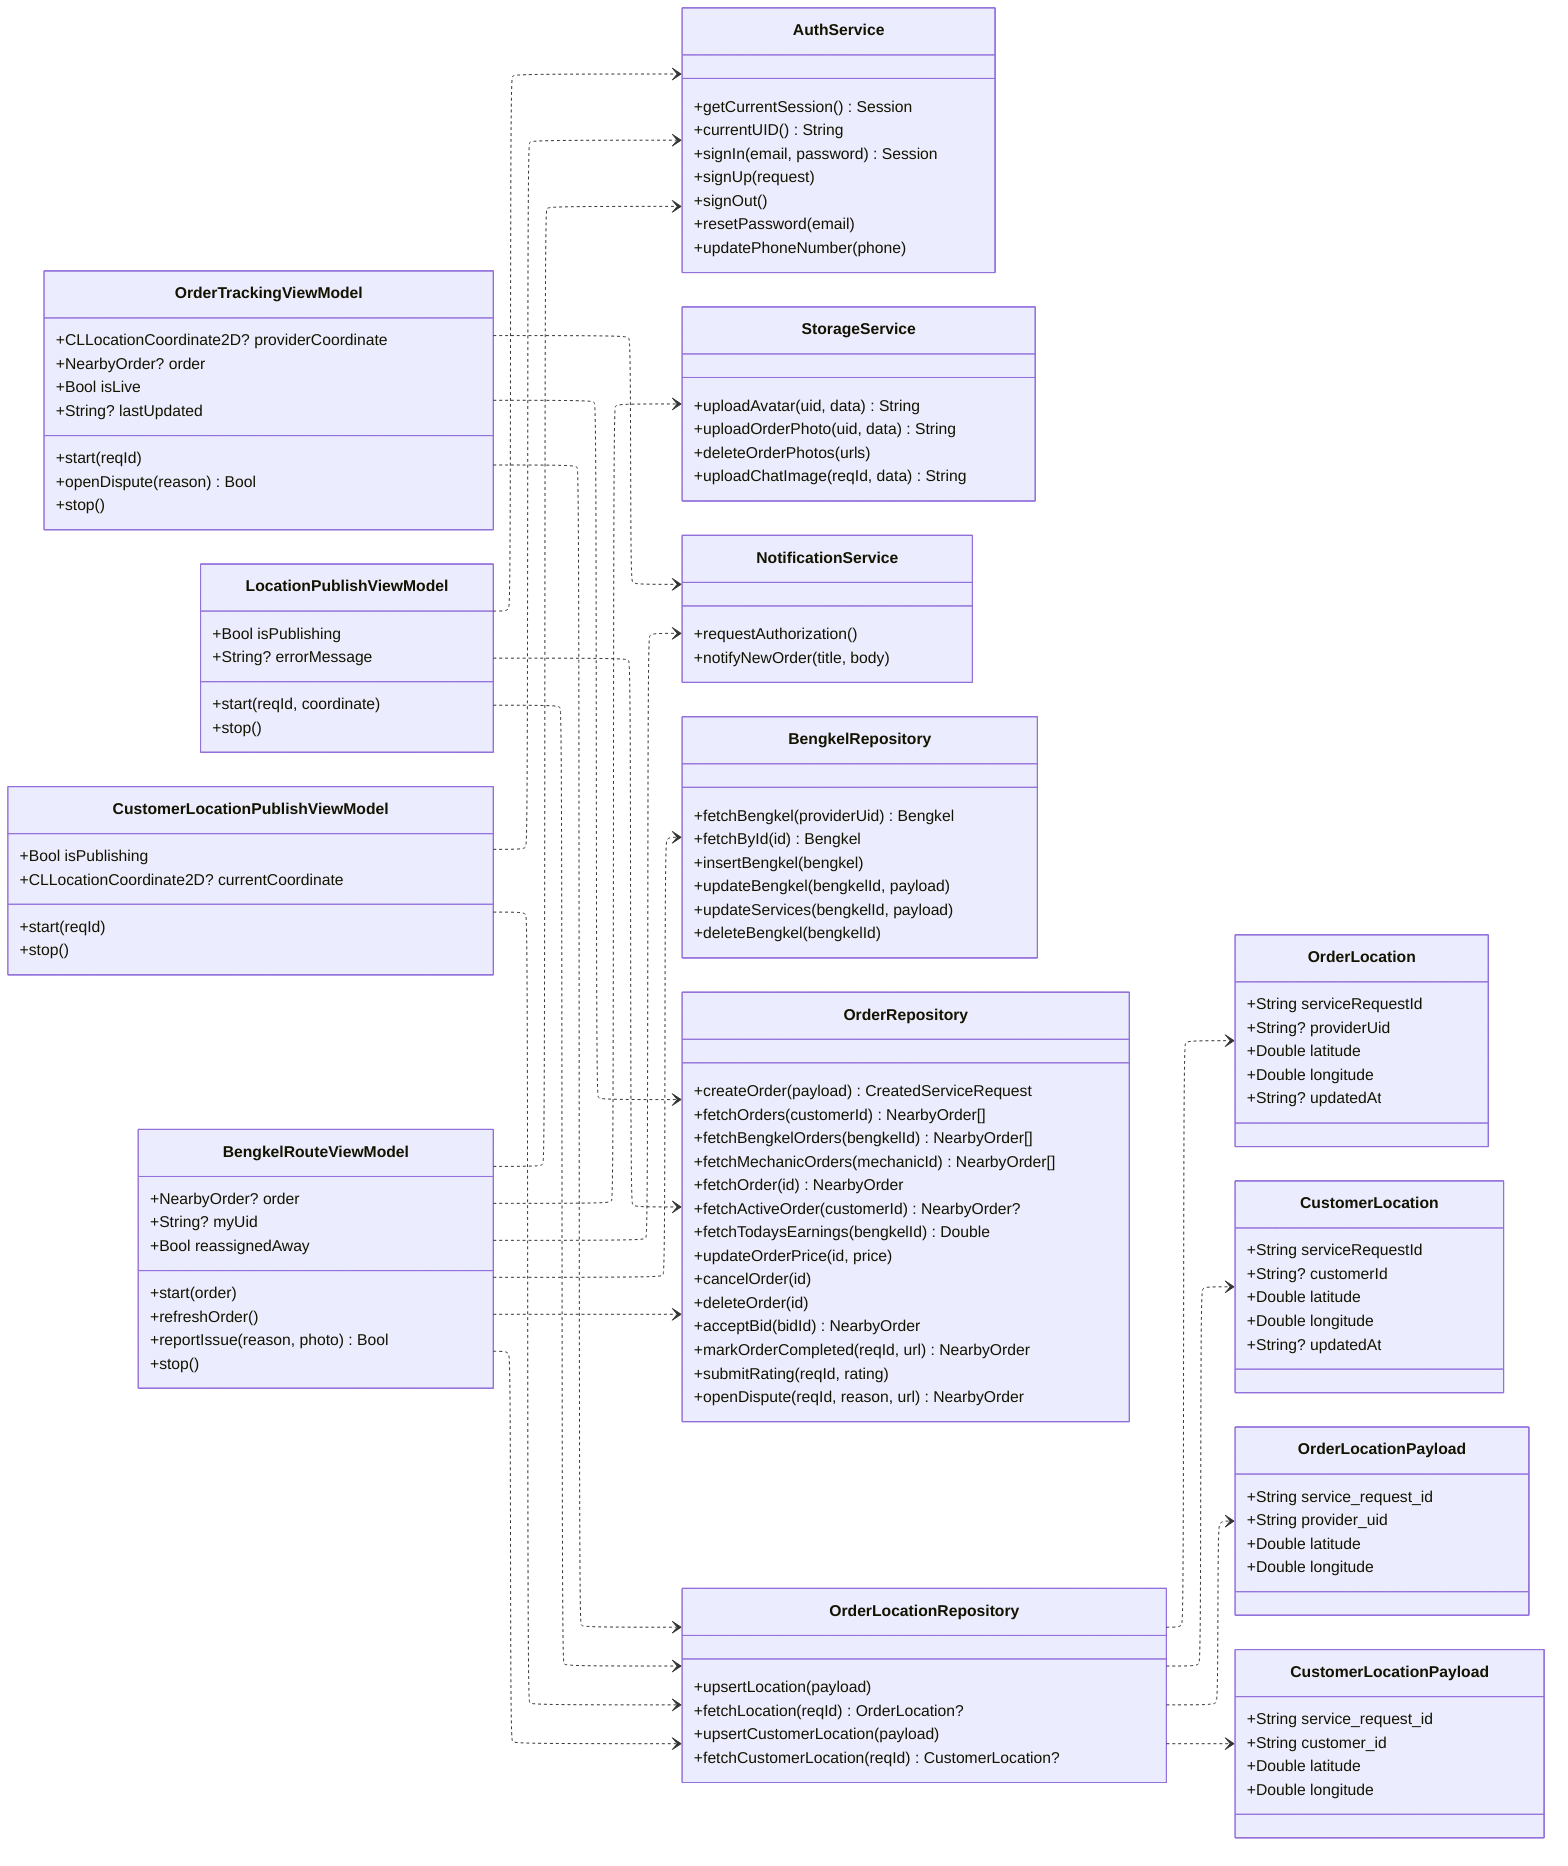
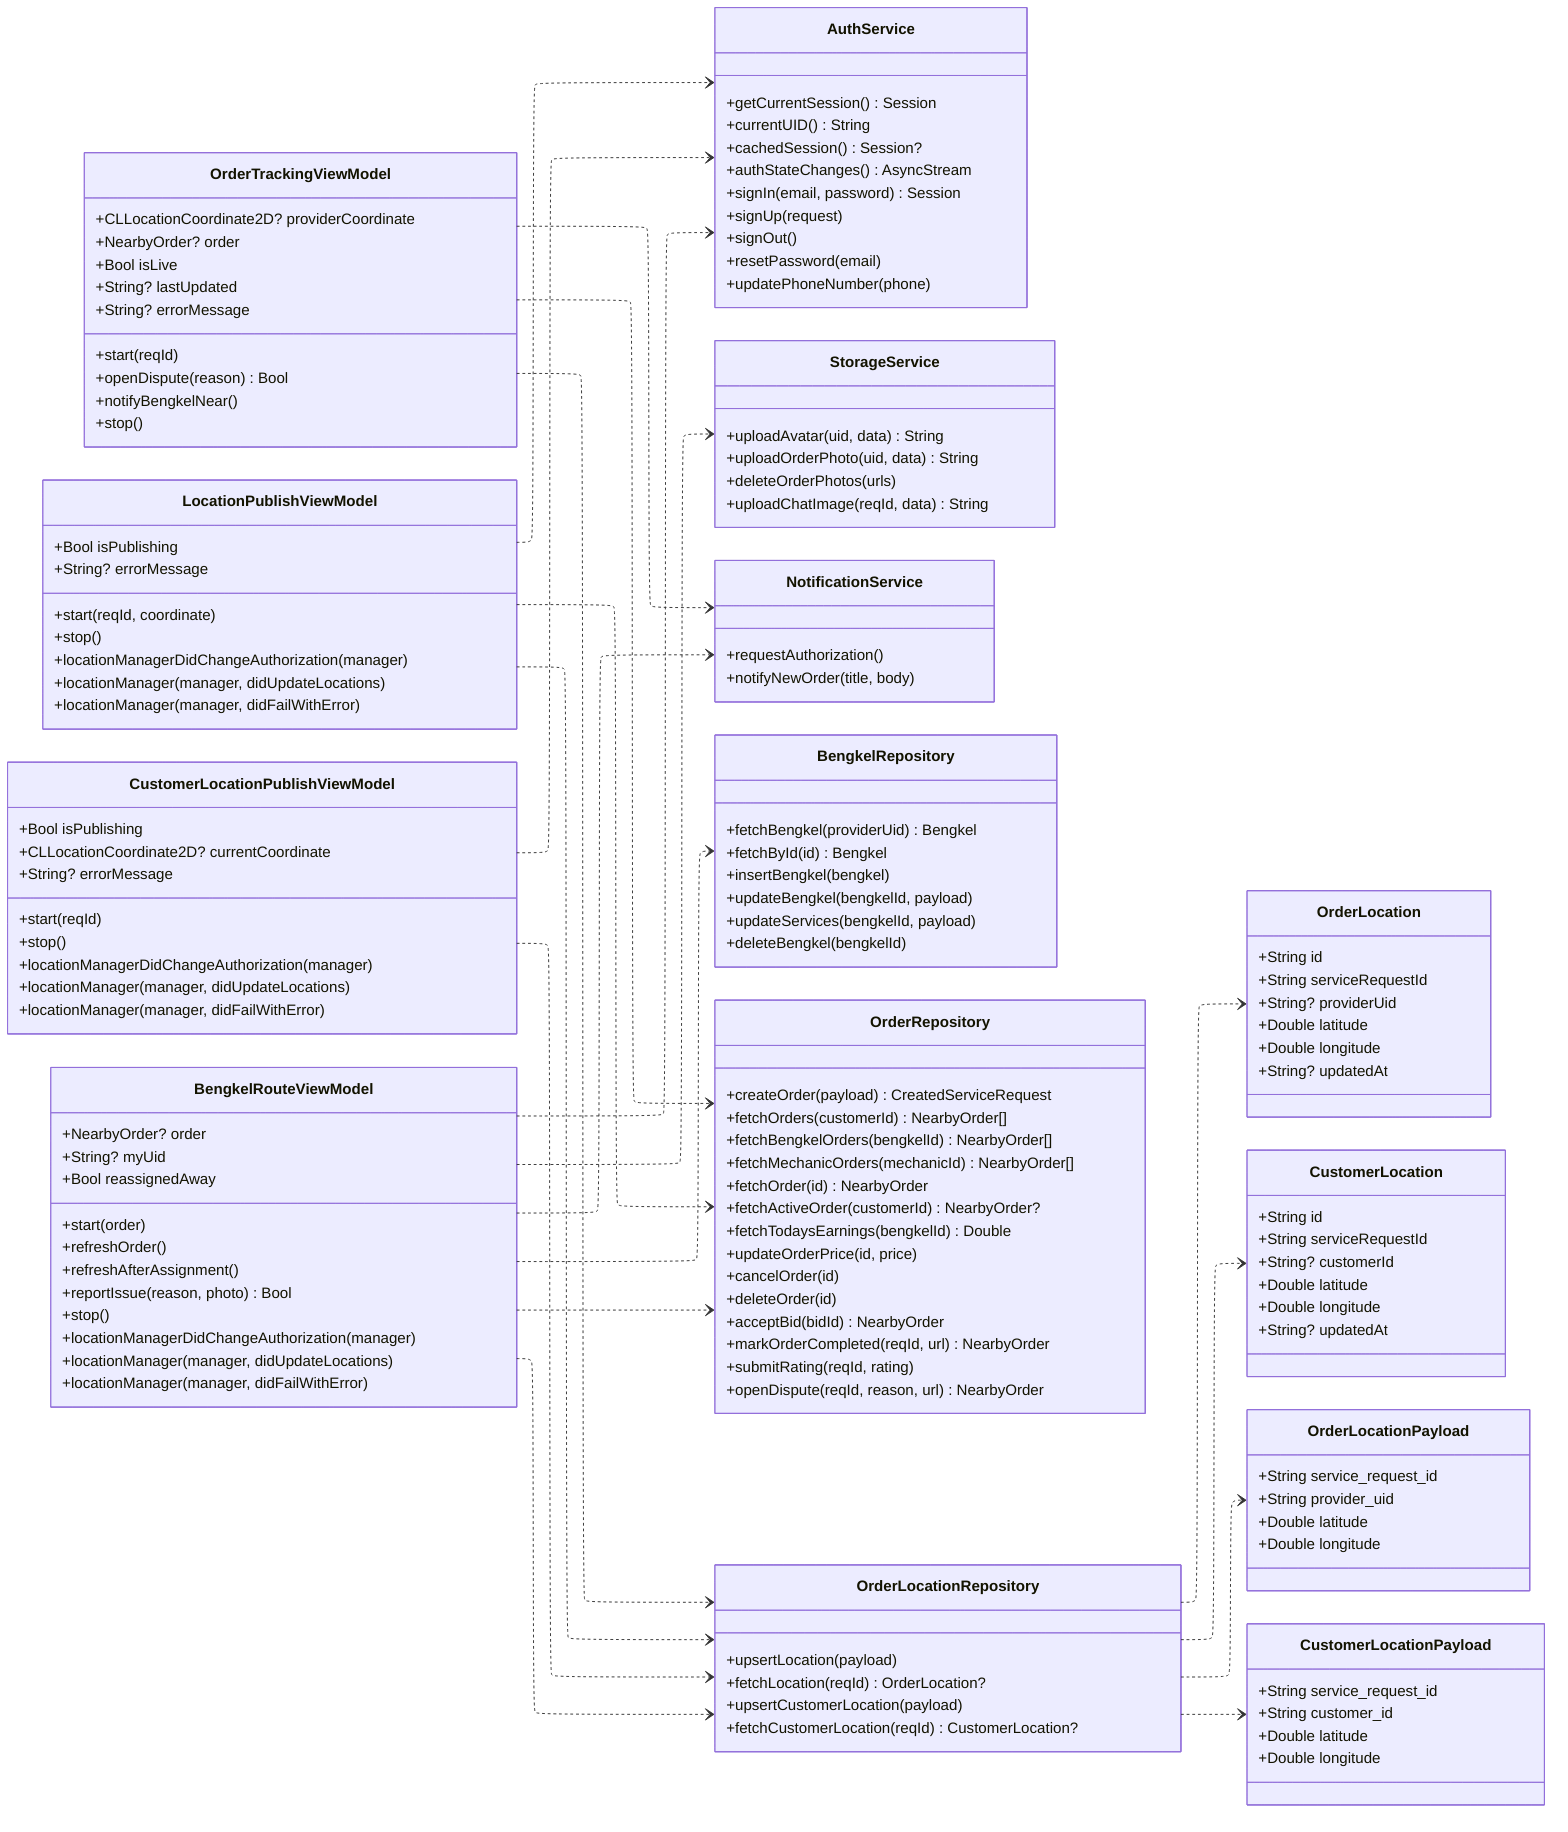
---
config:
  layout: elk
  elk:
    nodePlacementStrategy: LINEAR_SEGMENTS
    mergeEdges: false
---
classDiagram
    direction LR

    class AuthService {
        +getCurrentSession() Session
        +currentUID() String
+         +cachedSession() Session?
+         +authStateChanges() AsyncStream
        +signIn(email, password) Session
        +signUp(request)
        +signOut()
        +resetPassword(email)
        +updatePhoneNumber(phone)
    }
    class StorageService {
        +uploadAvatar(uid, data) String
        +uploadOrderPhoto(uid, data) String
        +deleteOrderPhotos(urls)
        +uploadChatImage(reqId, data) String
    }
    class NotificationService {
        +requestAuthorization()
        +notifyNewOrder(title, body)
    }
    class BengkelRepository {
        +fetchBengkel(providerUid) Bengkel
        +fetchById(id) Bengkel
        +insertBengkel(bengkel)
        +updateBengkel(bengkelId, payload)
        +updateServices(bengkelId, payload)
        +deleteBengkel(bengkelId)
    }
    class OrderRepository {
        +createOrder(payload) CreatedServiceRequest
        +fetchOrders(customerId) NearbyOrder[]
        +fetchBengkelOrders(bengkelId) NearbyOrder[]
        +fetchMechanicOrders(mechanicId) NearbyOrder[]
        +fetchOrder(id) NearbyOrder
        +fetchActiveOrder(customerId) NearbyOrder?
        +fetchTodaysEarnings(bengkelId) Double
        +updateOrderPrice(id, price)
        +cancelOrder(id)
        +deleteOrder(id)
        +acceptBid(bidId) NearbyOrder
        +markOrderCompleted(reqId, url) NearbyOrder
        +submitRating(reqId, rating)
        +openDispute(reqId, reason, url) NearbyOrder
    }
    class OrderLocationRepository {
        +upsertLocation(payload)
        +fetchLocation(reqId) OrderLocation?
        +upsertCustomerLocation(payload)
        +fetchCustomerLocation(reqId) CustomerLocation?
    }
    class OrderTrackingViewModel {
        +CLLocationCoordinate2D? providerCoordinate
        +NearbyOrder? order
        +Bool isLive
        +String? lastUpdated
+         +String? errorMessage
        +start(reqId)
        +openDispute(reason) Bool
+         +notifyBengkelNear()
        +stop()
    }
    class LocationPublishViewModel {
        +Bool isPublishing
        +String? errorMessage
        +start(reqId, coordinate)
        +stop()
+         +locationManagerDidChangeAuthorization(manager)
+         +locationManager(manager, didUpdateLocations)
+         +locationManager(manager, didFailWithError)
    }
    class CustomerLocationPublishViewModel {
        +Bool isPublishing
        +CLLocationCoordinate2D? currentCoordinate
+         +String? errorMessage
        +start(reqId)
        +stop()
+         +locationManagerDidChangeAuthorization(manager)
+         +locationManager(manager, didUpdateLocations)
+         +locationManager(manager, didFailWithError)
    }
    class BengkelRouteViewModel {
        +NearbyOrder? order
        +String? myUid
        +Bool reassignedAway
        +start(order)
        +refreshOrder()
+         +refreshAfterAssignment()
        +reportIssue(reason, photo) Bool
        +stop()
+         +locationManagerDidChangeAuthorization(manager)
+         +locationManager(manager, didUpdateLocations)
+         +locationManager(manager, didFailWithError)
    }
    class OrderLocation {
+         +String id
        +String serviceRequestId
        +String? providerUid
        +Double latitude
        +Double longitude
        +String? updatedAt
    }
    class CustomerLocation {
+         +String id
        +String serviceRequestId
        +String? customerId
        +Double latitude
        +Double longitude
        +String? updatedAt
    }
    class OrderLocationPayload {
        +String service_request_id
        +String provider_uid
        +Double latitude
        +Double longitude
    }
    class CustomerLocationPayload {
        +String service_request_id
        +String customer_id
        +Double latitude
        +Double longitude
    }

    OrderTrackingViewModel ..> OrderLocationRepository
    OrderTrackingViewModel ..> OrderRepository
    OrderTrackingViewModel ..> NotificationService
    LocationPublishViewModel ..> OrderLocationRepository
    LocationPublishViewModel ..> OrderRepository
    LocationPublishViewModel ..> AuthService
    CustomerLocationPublishViewModel ..> OrderLocationRepository
    CustomerLocationPublishViewModel ..> AuthService
    BengkelRouteViewModel ..> OrderRepository
    BengkelRouteViewModel ..> BengkelRepository
    BengkelRouteViewModel ..> OrderLocationRepository
    BengkelRouteViewModel ..> StorageService
    BengkelRouteViewModel ..> AuthService
    BengkelRouteViewModel ..> NotificationService
    OrderLocationRepository ..> OrderLocation
    OrderLocationRepository ..> CustomerLocation
    OrderLocationRepository ..> OrderLocationPayload
    OrderLocationRepository ..> CustomerLocationPayload

